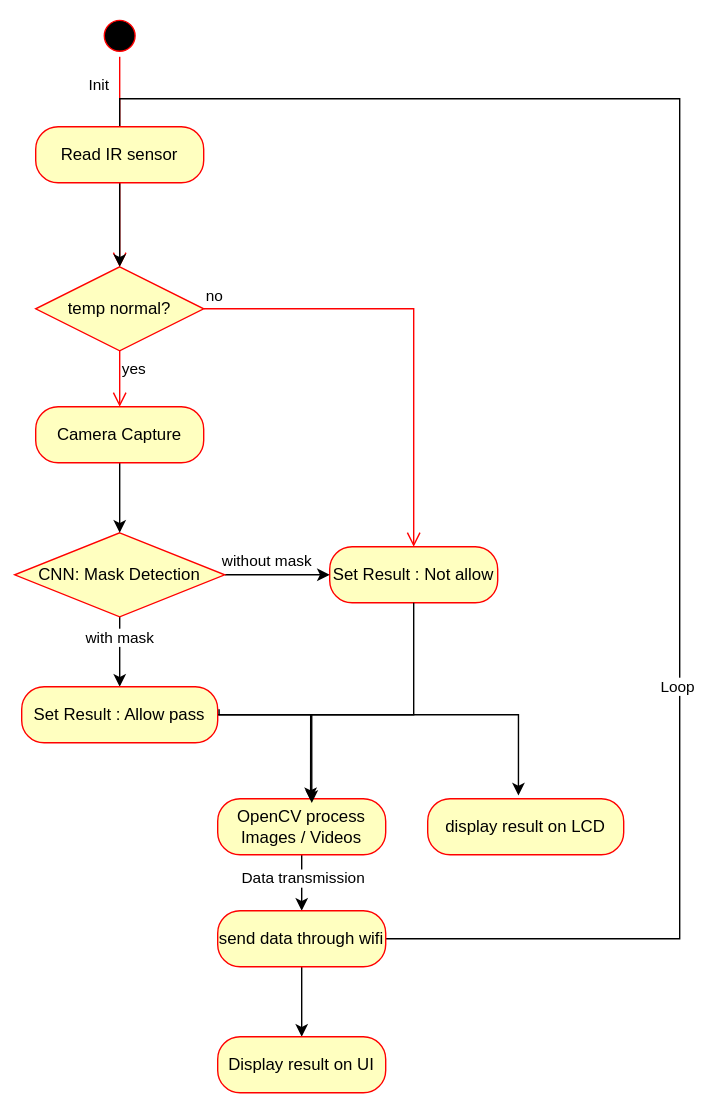
ArcueidShiki/SmartEntrySystem keeps this draw.io diagram as docs/diagrams/Status.drawio.svg. Above is the earlier version. Source tidied: cells renumbered, new cells last; positions are measured from the earlier drawing's top-left corner, leaving out a move shared by most shapes.
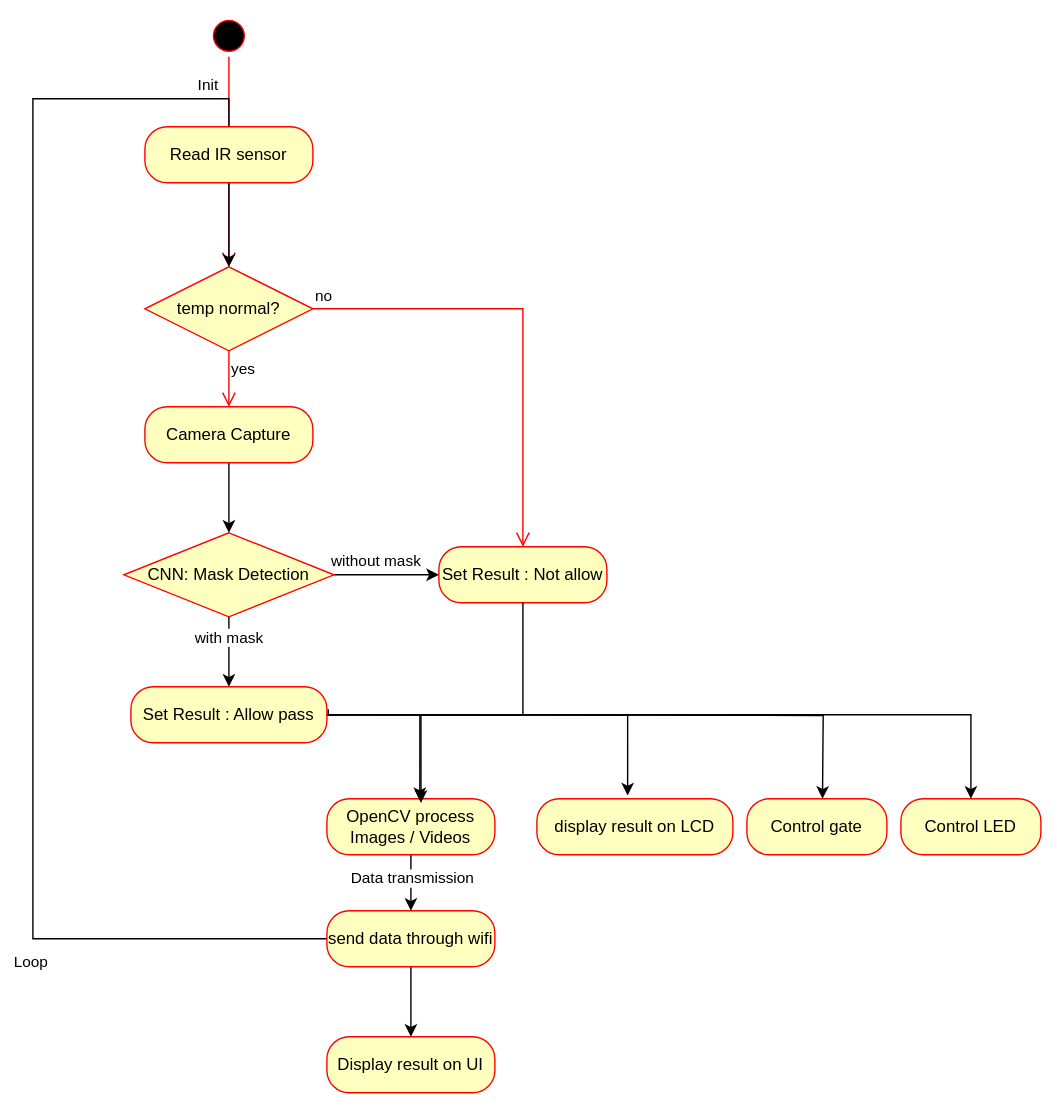
Later version of the same file.

The edit, as a diff of the source:
```diff
@@ -33,8 +33,8 @@
     <mxCell id="8" style="edgeStyle=orthogonalEdgeStyle;rounded=0;jettySize=auto;html=1;entryX=0.5;entryY=0;entryDx=0;entryDy=0;exitX=1;exitY=0.5;exitDx=0;exitDy=0;" parent="1" edge="1" source="25" target="2">
       <mxGeometry relative="1" as="geometry">
         <Array as="points">
-          <mxPoint x="475" y="660" />
-          <mxPoint x="475" y="60" />
+          <mxPoint x="-65" y="660" />
+          <mxPoint x="-65" y="60" />
           <mxPoint x="75" y="60" />
         </Array>
       </mxGeometry>
@@ -84,6 +84,15 @@
         </Array>
       </mxGeometry>
     </mxCell>
+    <mxCell id="30" style="edgeStyle=orthogonalEdgeStyle;rounded=0;orthogonalLoop=1;jettySize=auto;html=1;" parent="1" edge="1">
+      <mxGeometry relative="1" as="geometry">
+        <mxPoint x="129" y="500" as="sourcePoint" />
+        <mxPoint x="499" y="560" as="targetPoint" />
+      </mxGeometry>
+    </mxCell>
+    <mxCell id="31" style="edgeStyle=orthogonalEdgeStyle;rounded=0;jettySize=auto;html=1;entryX=0.5;entryY=0;entryDx=0;entryDy=0;" parent="1" edge="1" source="20" target="33">
+      <mxGeometry relative="1" as="geometry" />
+    </mxCell>
     <mxCell id="20" value="Set Result : Allow pass" style="rounded=1;whiteSpace=wrap;html=1;arcSize=40;fontColor=#000000;fillColor=#ffffc0;strokeColor=#ff0000;" parent="1" vertex="1">
       <mxGeometry x="5" y="480" width="140" height="40" as="geometry" />
     </mxCell>
@@ -126,5 +135,11 @@
     <mxCell id="29" value="display result on LCD" style="rounded=1;whiteSpace=wrap;html=1;arcSize=40;fontColor=#000000;fillColor=#ffffc0;strokeColor=#ff0000;" parent="1" vertex="1">
       <mxGeometry x="295" y="560" width="140" height="40" as="geometry" />
     </mxCell>
+    <mxCell id="32" value="Control gate" style="rounded=1;whiteSpace=wrap;html=1;arcSize=40;fontColor=#000000;fillColor=#ffffc0;strokeColor=#ff0000;" parent="1" vertex="1">
+      <mxGeometry x="445" y="560" width="100" height="40" as="geometry" />
+    </mxCell>
+    <mxCell id="33" value="Control LED" style="rounded=1;whiteSpace=wrap;html=1;arcSize=40;fontColor=#000000;fillColor=#ffffc0;strokeColor=#ff0000;" parent="1" vertex="1">
+      <mxGeometry x="555" y="560" width="100" height="40" as="geometry" />
+    </mxCell>
   </root>
 </mxGraphModel>
```
